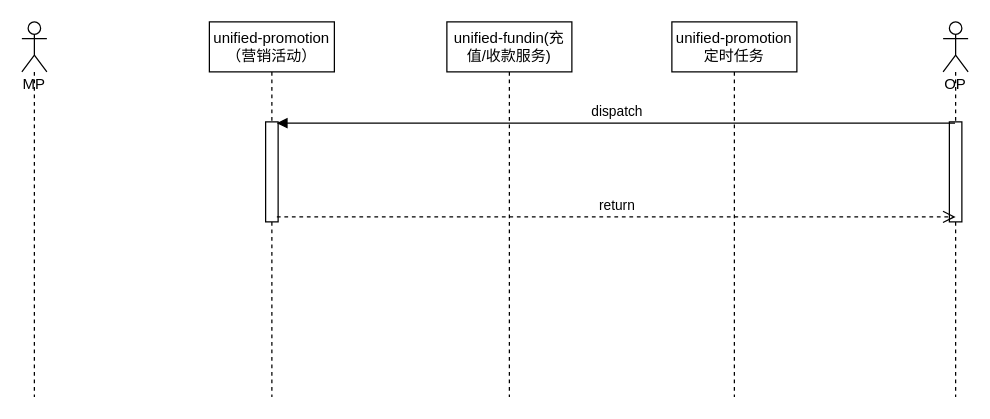
Above: 营销时序图.drawio in hack0303/draw.io-store (draw.io), before the change. Source tidied: cells renumbered, new cells numbered last; positions are measured from the earlier drawing's top-left corner, leaving out a move shared by most shapes. Both pictures are drawn from the tidied source at 125%, with x=0, y=0 at pixel (21, 21).
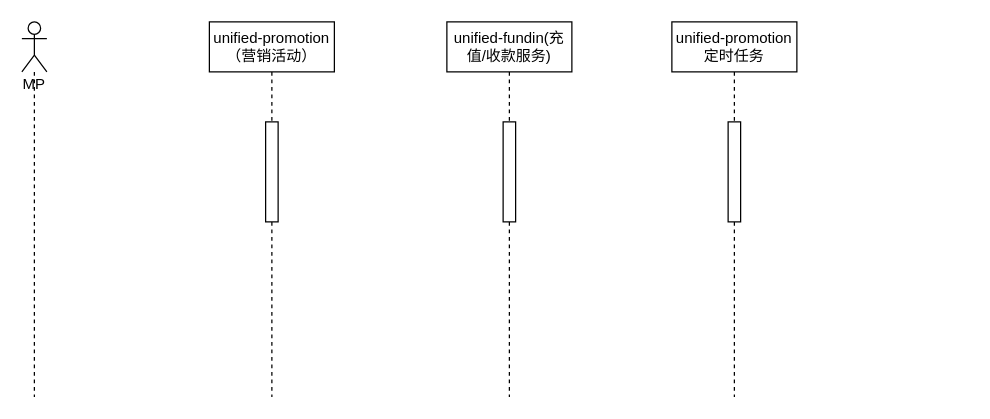
Above is the later version.

Commit message (it also covers changes not shown here):
Update 营销时序图.drawio

What changed in the source:
```diff
@@
 <mxGraphModel>
   <root>
     <mxCell id="0" />
     <mxCell id="1" parent="0" />
     <mxCell id="2" value="MP" style="shape=umlLifeline;participant=umlActor;perimeter=lifelinePerimeter;whiteSpace=wrap;html=1;verticalAlign=top;spacingTop=36;" parent="1" vertex="1">
       <mxGeometry width="20" height="300" as="geometry" />
     </mxCell>
     <mxCell id="3" value="unified-promotion（营销活动）" style="shape=umlLifeline;perimeter=lifelinePerimeter;whiteSpace=wrap;html=1;" parent="1" vertex="1">
       <mxGeometry x="150" width="100" height="300" as="geometry" />
     </mxCell>
     <mxCell id="4" style="html=1;points=[];perimeter=orthogonalPerimeter;" parent="3" vertex="1">
       <mxGeometry x="45" y="80" width="10" height="80" as="geometry" />
     </mxCell>
     <mxCell id="5" value="unified-fundin(充值/收款服务)" style="shape=umlLifeline;perimeter=lifelinePerimeter;whiteSpace=wrap;html=1;" parent="1" vertex="1">
       <mxGeometry x="340" width="100" height="300" as="geometry" />
     </mxCell>
     <mxCell id="6" value="unified-promotion定时任务" style="shape=umlLifeline;perimeter=lifelinePerimeter;whiteSpace=wrap;html=1;" parent="1" vertex="1">
       <mxGeometry x="520" width="100" height="300" as="geometry" />
     </mxCell>
-    <mxCell id="7" value="OP" style="shape=umlLifeline;participant=umlActor;perimeter=lifelinePerimeter;whiteSpace=wrap;html=1;verticalAlign=top;spacingTop=36;outlineConnect=0;" parent="1" vertex="1">
-      <mxGeometry x="737" width="20" height="300" as="geometry" />
-    </mxCell>
-    <mxCell id="8" style="html=1;perimeter=orthogonalPerimeter;" parent="1" vertex="1">
-      <mxGeometry x="742" y="80" width="10" height="80" as="geometry" />
-    </mxCell>
-    <mxCell id="9" value="dispatch" style="html=1;verticalAlign=bottom;endArrow=block;entryX=0.9;entryY=0.013;entryDx=0;entryDy=0;entryPerimeter=0;" parent="1" edge="1" source="7" target="4">
-      <mxGeometry relative="1" as="geometry" />
-    </mxCell>
-    <mxCell id="10" value="return" style="html=1;verticalAlign=bottom;endArrow=open;dashed=1;endSize=8;exitX=0.9;exitY=0.95;exitDx=0;exitDy=0;exitPerimeter=0;" parent="1" edge="1" source="4">
-      <mxGeometry relative="1" as="geometry">
-        <mxPoint x="747" y="156" as="targetPoint" />
-      </mxGeometry>
-    </mxCell>
+    <mxCell id="11" style="html=1;perimeter=orthogonalPerimeter;" parent="1" vertex="1">
+      <mxGeometry x="565" y="80" width="10" height="80" as="geometry" />
+    </mxCell>
+    <mxCell id="12" style="html=1;perimeter=orthogonalPerimeter;" parent="1" vertex="1">
+      <mxGeometry x="385" y="80" width="10" height="80" as="geometry" />
+    </mxCell>
   </root>
 </mxGraphModel>
```
